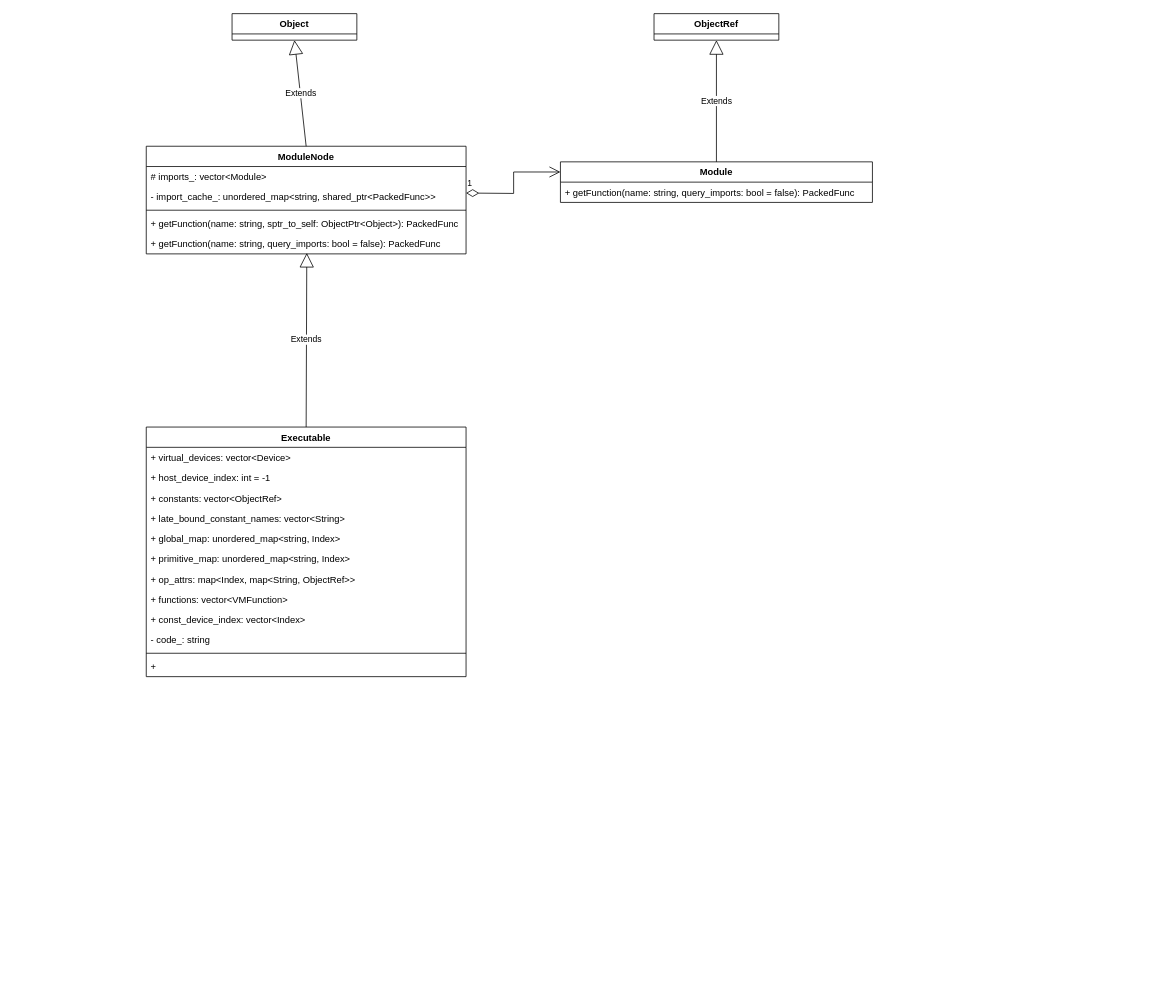
The draw.io diagram page "module" (10 of 10) of runtime.drawio in gdhzyz/draws, before the edit. Source tidied: cells renumbered, new cells numbered last; positions are measured from the earlier drawing's top-left corner, leaving out a move shared by most shapes. Both pictures are drawn from the tidied source at 78%, with x=0, y=0 at pixel (146, 13).
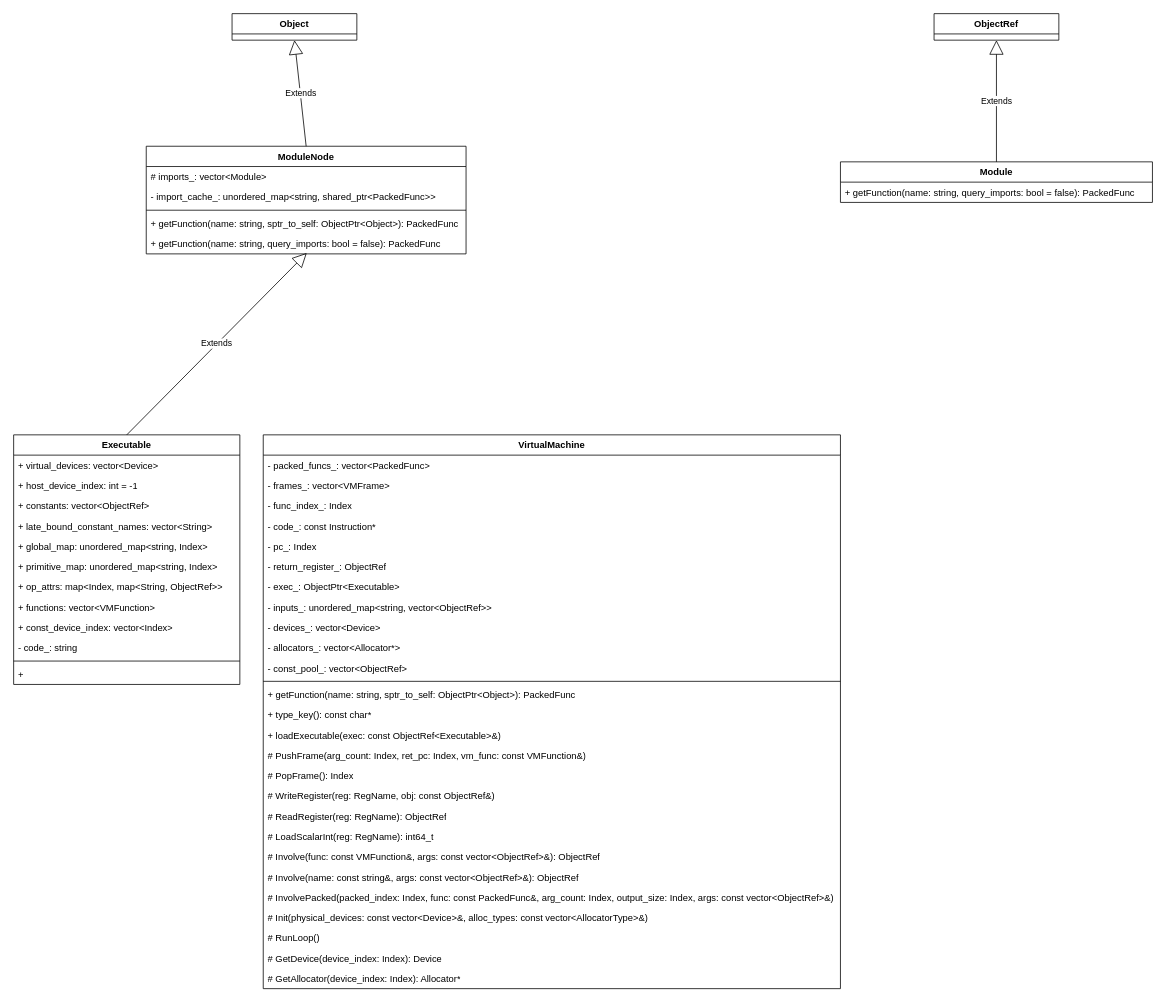
The same diagram, later.

The edit, as a diff of the source:
```diff
@@
     <mxCell id="10" value="ObjectRef" style="swimlane;fontStyle=1;align=center;verticalAlign=top;horizontal=1;startSize=26;whiteSpace=wrap;html=1;" parent="1" vertex="1">
-      <mxGeometry x="651" width="160" height="34" as="geometry" />
+      <mxGeometry x="1010" width="160" height="34" as="geometry" />
     </mxCell>
     <mxCell id="11" value="Module" style="swimlane;fontStyle=1;align=center;verticalAlign=top;horizontal=1;startSize=26;whiteSpace=wrap;html=1;" parent="1" vertex="1">
-      <mxGeometry x="531" y="190" width="400" height="52" as="geometry" />
+      <mxGeometry x="890" y="190" width="400" height="52" as="geometry" />
     </mxCell>
@@
-    <mxCell id="14" value="1" style="endArrow=open;html=1;endSize=12;startArrow=diamondThin;startSize=14;startFill=0;edgeStyle=orthogonalEdgeStyle;align=left;verticalAlign=bottom;rounded=0;entryX=0;entryY=0.25;entryDx=0;entryDy=0;" parent="1" edge="1" target="11">
-      <mxGeometry x="-1" y="3" relative="1" as="geometry">
-        <mxPoint x="410" y="230" as="sourcePoint" />
-      </mxGeometry>
-    </mxCell>
     <mxCell id="15" value="Executable" style="swimlane;fontStyle=1;align=center;verticalAlign=top;horizontal=1;startSize=26;whiteSpace=wrap;html=1;" parent="1" vertex="1">
-      <mxGeometry y="530" width="410" height="320" as="geometry" />
+      <mxGeometry x="-170" y="540" width="290" height="320" as="geometry" />
     </mxCell>
     <mxCell id="16" value="+ virtual_devices: vector&amp;lt;Device&amp;gt;" style="text;strokeColor=none;fillColor=none;align=left;verticalAlign=top;spacingLeft=4;spacingRight=4;overflow=hidden;whiteSpace=wrap;html=1;" parent="15" vertex="1">
-      <mxGeometry y="26" width="410" height="26" as="geometry" />
+      <mxGeometry y="26" width="290" height="26" as="geometry" />
     </mxCell>
     <mxCell id="17" value="+ host_device_index: int = -1" style="text;strokeColor=none;fillColor=none;align=left;verticalAlign=top;spacingLeft=4;spacingRight=4;overflow=hidden;whiteSpace=wrap;html=1;" parent="15" vertex="1">
-      <mxGeometry y="52" width="410" height="26" as="geometry" />
+      <mxGeometry y="52" width="290" height="26" as="geometry" />
     </mxCell>
     <mxCell id="18" value="+ constants: vector&amp;lt;ObjectRef&amp;gt;" style="text;strokeColor=none;fillColor=none;align=left;verticalAlign=top;spacingLeft=4;spacingRight=4;overflow=hidden;whiteSpace=wrap;html=1;" parent="15" vertex="1">
-      <mxGeometry y="78" width="410" height="26" as="geometry" />
+      <mxGeometry y="78" width="290" height="26" as="geometry" />
     </mxCell>
     <mxCell id="19" value="+ late_bound_constant_names: vector&amp;lt;String&amp;gt;" style="text;strokeColor=none;fillColor=none;align=left;verticalAlign=top;spacingLeft=4;spacingRight=4;overflow=hidden;whiteSpace=wrap;html=1;" parent="15" vertex="1">
-      <mxGeometry y="104" width="410" height="26" as="geometry" />
+      <mxGeometry y="104" width="290" height="26" as="geometry" />
     </mxCell>
     <mxCell id="20" value="+ global_map: unordered_map&amp;lt;string, Index&amp;gt;" style="text;strokeColor=none;fillColor=none;align=left;verticalAlign=top;spacingLeft=4;spacingRight=4;overflow=hidden;whiteSpace=wrap;html=1;" parent="15" vertex="1">
-      <mxGeometry y="130" width="410" height="26" as="geometry" />
+      <mxGeometry y="130" width="290" height="26" as="geometry" />
     </mxCell>
     <mxCell id="21" value="+ primitive_map: unordered_map&amp;lt;string, Index&amp;gt;" style="text;strokeColor=none;fillColor=none;align=left;verticalAlign=top;spacingLeft=4;spacingRight=4;overflow=hidden;whiteSpace=wrap;html=1;" parent="15" vertex="1">
-      <mxGeometry y="156" width="410" height="26" as="geometry" />
+      <mxGeometry y="156" width="290" height="26" as="geometry" />
     </mxCell>
     <mxCell id="22" value="+ op_attrs: map&amp;lt;Index, map&amp;lt;String, ObjectRef&amp;gt;&amp;gt;" style="text;strokeColor=none;fillColor=none;align=left;verticalAlign=top;spacingLeft=4;spacingRight=4;overflow=hidden;whiteSpace=wrap;html=1;" parent="15" vertex="1">
-      <mxGeometry y="182" width="410" height="26" as="geometry" />
+      <mxGeometry y="182" width="290" height="26" as="geometry" />
     </mxCell>
     <mxCell id="23" value="+ functions: vector&amp;lt;VMFunction&amp;gt;" style="text;strokeColor=none;fillColor=none;align=left;verticalAlign=top;spacingLeft=4;spacingRight=4;overflow=hidden;whiteSpace=wrap;html=1;" parent="15" vertex="1">
-      <mxGeometry y="208" width="410" height="26" as="geometry" />
+      <mxGeometry y="208" width="290" height="26" as="geometry" />
     </mxCell>
     <mxCell id="24" value="+ const_device_index: vector&amp;lt;Index&amp;gt;" style="text;strokeColor=none;fillColor=none;align=left;verticalAlign=top;spacingLeft=4;spacingRight=4;overflow=hidden;whiteSpace=wrap;html=1;" parent="15" vertex="1">
-      <mxGeometry y="234" width="410" height="26" as="geometry" />
+      <mxGeometry y="234" width="290" height="26" as="geometry" />
     </mxCell>
     <mxCell id="25" value="- code_: string" style="text;strokeColor=none;fillColor=none;align=left;verticalAlign=top;spacingLeft=4;spacingRight=4;overflow=hidden;whiteSpace=wrap;html=1;" parent="15" vertex="1">
-      <mxGeometry y="260" width="410" height="26" as="geometry" />
+      <mxGeometry y="260" width="290" height="26" as="geometry" />
     </mxCell>
     <mxCell id="26" style="line;strokeWidth=1;fillColor=none;align=left;verticalAlign=middle;spacingTop=-1;spacingLeft=3;spacingRight=3;labelPosition=right;strokeColor=inherit;" parent="15" vertex="1">
-      <mxGeometry y="286" width="410" height="8" as="geometry" />
+      <mxGeometry y="286" width="290" height="8" as="geometry" />
     </mxCell>
     <mxCell id="27" value="+&amp;nbsp;" style="text;strokeColor=none;fillColor=none;align=left;verticalAlign=top;spacingLeft=4;spacingRight=4;overflow=hidden;whiteSpace=wrap;html=1;" parent="15" vertex="1">
-      <mxGeometry y="294" width="410" height="26" as="geometry" />
+      <mxGeometry y="294" width="290" height="26" as="geometry" />
     </mxCell>
@@
+    <mxCell id="29" value="VirtualMachine" style="swimlane;fontStyle=1;align=center;verticalAlign=top;horizontal=1;startSize=26;whiteSpace=wrap;html=1;" parent="1" vertex="1">
+      <mxGeometry x="150" y="540" width="740" height="710" as="geometry" />
+    </mxCell>
+    <mxCell id="30" value="- packed_funcs_: vector&amp;lt;PackedFunc&amp;gt;" style="text;strokeColor=none;fillColor=none;align=left;verticalAlign=top;spacingLeft=4;spacingRight=4;overflow=hidden;whiteSpace=wrap;html=1;" parent="29" vertex="1">
+      <mxGeometry y="26" width="740" height="26" as="geometry" />
+    </mxCell>
+    <mxCell id="31" value="- frames_: vector&amp;lt;VMFrame&amp;gt;" style="text;strokeColor=none;fillColor=none;align=left;verticalAlign=top;spacingLeft=4;spacingRight=4;overflow=hidden;whiteSpace=wrap;html=1;" parent="29" vertex="1">
+      <mxGeometry y="52" width="740" height="26" as="geometry" />
+    </mxCell>
+    <mxCell id="32" value="- func_index_: Index" style="text;strokeColor=none;fillColor=none;align=left;verticalAlign=top;spacingLeft=4;spacingRight=4;overflow=hidden;whiteSpace=wrap;html=1;" parent="29" vertex="1">
+      <mxGeometry y="78" width="740" height="26" as="geometry" />
+    </mxCell>
+    <mxCell id="33" value="- code_: const Instruction*" style="text;strokeColor=none;fillColor=none;align=left;verticalAlign=top;spacingLeft=4;spacingRight=4;overflow=hidden;whiteSpace=wrap;html=1;" parent="29" vertex="1">
+      <mxGeometry y="104" width="740" height="26" as="geometry" />
+    </mxCell>
+    <mxCell id="34" value="- pc_: Index" style="text;strokeColor=none;fillColor=none;align=left;verticalAlign=top;spacingLeft=4;spacingRight=4;overflow=hidden;whiteSpace=wrap;html=1;" parent="29" vertex="1">
+      <mxGeometry y="130" width="740" height="26" as="geometry" />
+    </mxCell>
+    <mxCell id="35" value="- return_register_: ObjectRef" style="text;strokeColor=none;fillColor=none;align=left;verticalAlign=top;spacingLeft=4;spacingRight=4;overflow=hidden;whiteSpace=wrap;html=1;" parent="29" vertex="1">
+      <mxGeometry y="156" width="740" height="26" as="geometry" />
+    </mxCell>
+    <mxCell id="36" value="- exec_: ObjectPtr&amp;lt;Executable&amp;gt;" style="text;strokeColor=none;fillColor=none;align=left;verticalAlign=top;spacingLeft=4;spacingRight=4;overflow=hidden;whiteSpace=wrap;html=1;" parent="29" vertex="1">
+      <mxGeometry y="182" width="740" height="26" as="geometry" />
+    </mxCell>
+    <mxCell id="37" value="- inputs_: unordered_map&amp;lt;string, vector&amp;lt;ObjectRef&amp;gt;&amp;gt;" style="text;strokeColor=none;fillColor=none;align=left;verticalAlign=top;spacingLeft=4;spacingRight=4;overflow=hidden;whiteSpace=wrap;html=1;" parent="29" vertex="1">
+      <mxGeometry y="208" width="740" height="26" as="geometry" />
+    </mxCell>
+    <mxCell id="38" value="- devices_: vector&amp;lt;Device&amp;gt;" style="text;strokeColor=none;fillColor=none;align=left;verticalAlign=top;spacingLeft=4;spacingRight=4;overflow=hidden;whiteSpace=wrap;html=1;" parent="29" vertex="1">
+      <mxGeometry y="234" width="740" height="26" as="geometry" />
+    </mxCell>
+    <mxCell id="39" value="- allocators_: vector&amp;lt;Allocator*&amp;gt;" style="text;strokeColor=none;fillColor=none;align=left;verticalAlign=top;spacingLeft=4;spacingRight=4;overflow=hidden;whiteSpace=wrap;html=1;" parent="29" vertex="1">
+      <mxGeometry y="260" width="740" height="26" as="geometry" />
+    </mxCell>
+    <mxCell id="40" value="- const_pool_: vector&amp;lt;ObjectRef&amp;gt;" style="text;strokeColor=none;fillColor=none;align=left;verticalAlign=top;spacingLeft=4;spacingRight=4;overflow=hidden;whiteSpace=wrap;html=1;" parent="29" vertex="1">
+      <mxGeometry y="286" width="740" height="26" as="geometry" />
+    </mxCell>
+    <mxCell id="41" style="line;strokeWidth=1;fillColor=none;align=left;verticalAlign=middle;spacingTop=-1;spacingLeft=3;spacingRight=3;labelPosition=right;strokeColor=inherit;" parent="29" vertex="1">
+      <mxGeometry y="312" width="740" height="8" as="geometry" />
+    </mxCell>
+    <mxCell id="42" value="+ getFunction(name: string, sptr_to_self: ObjectPtr&amp;lt;Object&amp;gt;): PackedFunc" style="text;strokeColor=none;fillColor=none;align=left;verticalAlign=top;spacingLeft=4;spacingRight=4;overflow=hidden;whiteSpace=wrap;html=1;" parent="29" vertex="1">
+      <mxGeometry y="320" width="740" height="26" as="geometry" />
+    </mxCell>
+    <mxCell id="43" value="+ type_key(): const char*" style="text;strokeColor=none;fillColor=none;align=left;verticalAlign=top;spacingLeft=4;spacingRight=4;overflow=hidden;whiteSpace=wrap;html=1;" parent="29" vertex="1">
+      <mxGeometry y="346" width="740" height="26" as="geometry" />
+    </mxCell>
+    <mxCell id="44" value="+ loadExecutable(exec: const ObjectRef&amp;lt;Executable&amp;gt;&amp;amp;)" style="text;strokeColor=none;fillColor=none;align=left;verticalAlign=top;spacingLeft=4;spacingRight=4;overflow=hidden;whiteSpace=wrap;html=1;" parent="29" vertex="1">
+      <mxGeometry y="372" width="740" height="26" as="geometry" />
+    </mxCell>
+    <mxCell id="45" value="# PushFrame(arg_count: Index, ret_pc: Index, vm_func: const VMFunction&amp;amp;)" style="text;strokeColor=none;fillColor=none;align=left;verticalAlign=top;spacingLeft=4;spacingRight=4;overflow=hidden;whiteSpace=wrap;html=1;" parent="29" vertex="1">
+      <mxGeometry y="398" width="740" height="26" as="geometry" />
+    </mxCell>
+    <mxCell id="46" value="# PopFrame(): Index" style="text;strokeColor=none;fillColor=none;align=left;verticalAlign=top;spacingLeft=4;spacingRight=4;overflow=hidden;whiteSpace=wrap;html=1;" parent="29" vertex="1">
+      <mxGeometry y="424" width="740" height="26" as="geometry" />
+    </mxCell>
+    <mxCell id="47" value="# WriteRegister(reg: RegName, obj: const ObjectRef&amp;amp;)" style="text;strokeColor=none;fillColor=none;align=left;verticalAlign=top;spacingLeft=4;spacingRight=4;overflow=hidden;whiteSpace=wrap;html=1;" parent="29" vertex="1">
+      <mxGeometry y="450" width="740" height="26" as="geometry" />
+    </mxCell>
+    <mxCell id="48" value="# ReadRegister(reg: RegName): ObjectRef" style="text;strokeColor=none;fillColor=none;align=left;verticalAlign=top;spacingLeft=4;spacingRight=4;overflow=hidden;whiteSpace=wrap;html=1;" parent="29" vertex="1">
+      <mxGeometry y="476" width="740" height="26" as="geometry" />
+    </mxCell>
+    <mxCell id="49" value="# LoadScalarInt(reg: RegName): int64_t" style="text;strokeColor=none;fillColor=none;align=left;verticalAlign=top;spacingLeft=4;spacingRight=4;overflow=hidden;whiteSpace=wrap;html=1;" parent="29" vertex="1">
+      <mxGeometry y="502" width="740" height="26" as="geometry" />
+    </mxCell>
+    <mxCell id="50" value="# Involve(func: const VMFunction&amp;amp;, args: const vector&amp;lt;ObjectRef&amp;gt;&amp;amp;): ObjectRef" style="text;strokeColor=none;fillColor=none;align=left;verticalAlign=top;spacingLeft=4;spacingRight=4;overflow=hidden;whiteSpace=wrap;html=1;" parent="29" vertex="1">
+      <mxGeometry y="528" width="740" height="26" as="geometry" />
+    </mxCell>
+    <mxCell id="51" value="# Involve(name: const string&amp;amp;, args: const vector&amp;lt;ObjectRef&amp;gt;&amp;amp;): ObjectRef" style="text;strokeColor=none;fillColor=none;align=left;verticalAlign=top;spacingLeft=4;spacingRight=4;overflow=hidden;whiteSpace=wrap;html=1;" parent="29" vertex="1">
+      <mxGeometry y="554" width="740" height="26" as="geometry" />
+    </mxCell>
+    <mxCell id="52" value="# InvolvePacked(packed_index: Index, func: const PackedFunc&amp;amp;, arg_count: Index, output_size: Index, args: const vector&amp;lt;ObjectRef&amp;gt;&amp;amp;)" style="text;strokeColor=none;fillColor=none;align=left;verticalAlign=top;spacingLeft=4;spacingRight=4;overflow=hidden;whiteSpace=wrap;html=1;" parent="29" vertex="1">
+      <mxGeometry y="580" width="740" height="26" as="geometry" />
+    </mxCell>
+    <mxCell id="53" value="# Init(physical_devices: const vector&amp;lt;Device&amp;gt;&amp;amp;, alloc_types: const vector&amp;lt;AllocatorType&amp;gt;&amp;amp;)" style="text;strokeColor=none;fillColor=none;align=left;verticalAlign=top;spacingLeft=4;spacingRight=4;overflow=hidden;whiteSpace=wrap;html=1;" parent="29" vertex="1">
+      <mxGeometry y="606" width="740" height="26" as="geometry" />
+    </mxCell>
+    <mxCell id="54" value="# RunLoop()" style="text;strokeColor=none;fillColor=none;align=left;verticalAlign=top;spacingLeft=4;spacingRight=4;overflow=hidden;whiteSpace=wrap;html=1;" parent="29" vertex="1">
+      <mxGeometry y="632" width="740" height="26" as="geometry" />
+    </mxCell>
+    <mxCell id="55" value="# GetDevice(device_index: Index): Device" style="text;strokeColor=none;fillColor=none;align=left;verticalAlign=top;spacingLeft=4;spacingRight=4;overflow=hidden;whiteSpace=wrap;html=1;" parent="29" vertex="1">
+      <mxGeometry y="658" width="740" height="26" as="geometry" />
+    </mxCell>
+    <mxCell id="56" value="# GetAllocator(device_index: Index): Allocator*" style="text;strokeColor=none;fillColor=none;align=left;verticalAlign=top;spacingLeft=4;spacingRight=4;overflow=hidden;whiteSpace=wrap;html=1;" parent="29" vertex="1">
+      <mxGeometry y="684" width="740" height="26" as="geometry" />
+    </mxCell>
```
